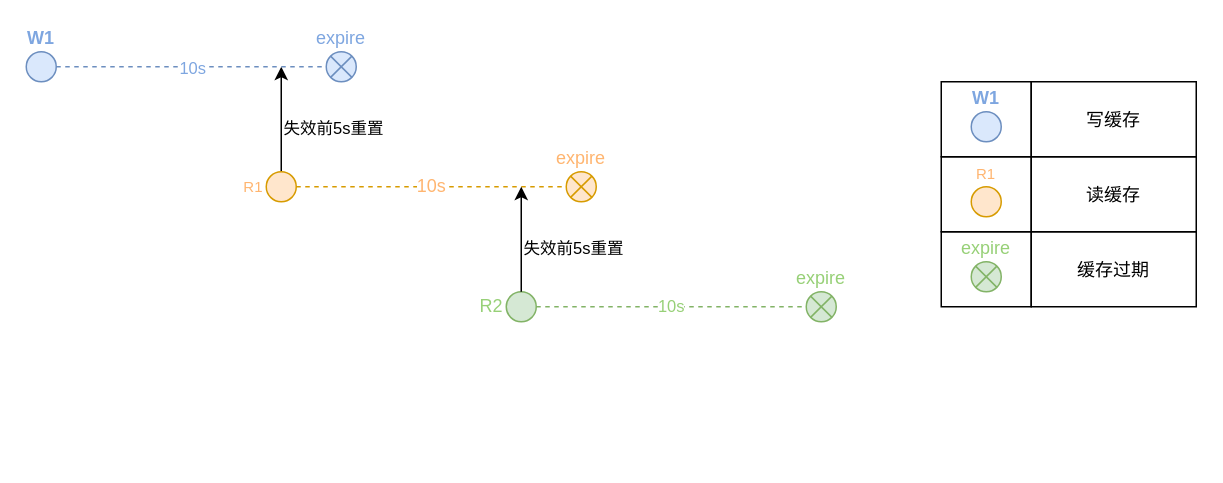
Above: 异步刷新重置机制.drawio in cdwxw/cdwxw (draw.io), before the change. Source tidied: cells renumbered, new cells numbered last; positions are measured from the earlier drawing's top-left corner, leaving out a move shared by most shapes. Both pictures are drawn from the tidied source at 150%, with x=0, y=0 at pixel (26, 51).
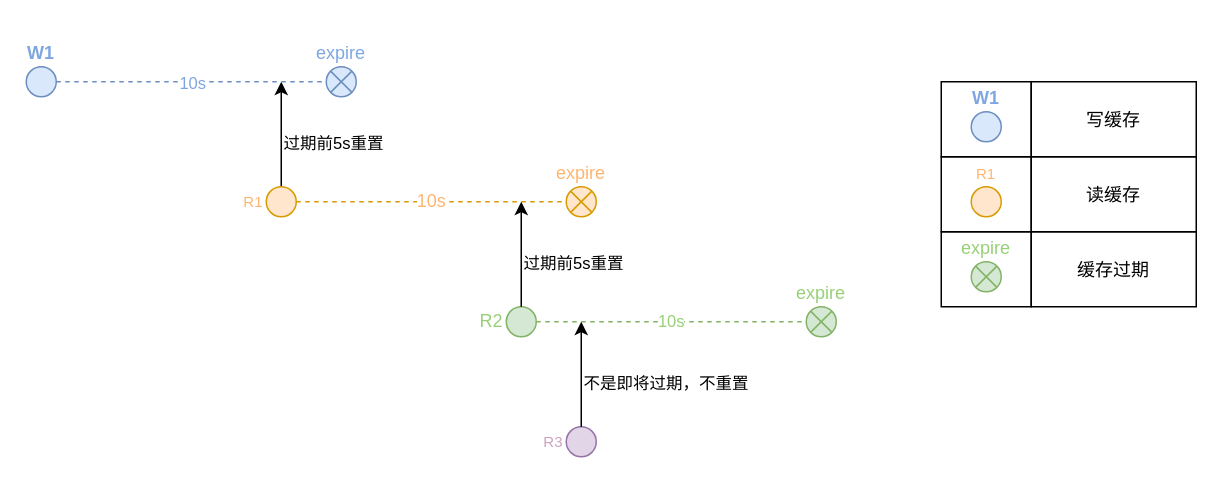
After the change.

Commit message:
Update 异步刷新重置机制.drawio

The edit, as a diff of the source:
```diff
@@
     <mxCell id="8" value="W1" style="ellipse;whiteSpace=wrap;html=1;fillColor=#dae8fc;strokeColor=#6c8ebf;fontStyle=1;labelPosition=center;verticalLabelPosition=top;align=center;verticalAlign=bottom;fontColor=#7EA6E0;" parent="1" vertex="1">
-      <mxGeometry width="20" height="20" as="geometry" />
+      <mxGeometry y="10" width="20" height="20" as="geometry" />
     </mxCell>
     <mxCell id="9" value="R2" style="ellipse;whiteSpace=wrap;html=1;fillColor=#d5e8d4;strokeColor=#82b366;labelPosition=left;verticalLabelPosition=middle;align=right;verticalAlign=middle;fontColor=#97D077;" parent="1" vertex="1">
-      <mxGeometry x="320" y="160" width="20" height="20" as="geometry" />
+      <mxGeometry x="320" y="170" width="20" height="20" as="geometry" />
     </mxCell>
     <mxCell id="10" style="edgeStyle=orthogonalEdgeStyle;rounded=0;jettySize=auto;html=1;" parent="1" edge="1" source="12">
       <mxGeometry relative="1" as="geometry">
-        <mxPoint x="170" y="10" as="targetPoint" />
+        <mxPoint x="170" y="20" as="targetPoint" />
       </mxGeometry>
     </mxCell>
-    <mxCell id="11" value="失效前5s重置" style="edgeLabel;html=1;align=left;verticalAlign=middle;labelPosition=right;verticalLabelPosition=middle;" parent="10" vertex="1">
+    <mxCell id="11" value="过期前5s重置" style="edgeLabel;html=1;align=left;verticalAlign=middle;labelPosition=right;verticalLabelPosition=middle;" parent="10" vertex="1">
       <mxGeometry x="-0.28" y="-1" relative="1" as="geometry">
         <mxPoint x="-1" y="-5" as="offset" />
       </mxGeometry>
     </mxCell>
     <mxCell id="12" value="R1" style="ellipse;whiteSpace=wrap;html=1;fontSize=10;labelPosition=left;verticalLabelPosition=middle;align=right;verticalAlign=middle;fillColor=#ffe6cc;strokeColor=#d79b00;fontColor=#FFB570;" parent="1" vertex="1">
-      <mxGeometry x="160" y="80" width="20" height="20" as="geometry" />
+      <mxGeometry x="160" y="90" width="20" height="20" as="geometry" />
     </mxCell>
     <mxCell id="13" value="expire" style="shape=sumEllipse;perimeter=ellipsePerimeter;whiteSpace=wrap;html=1;backgroundOutline=1;labelPosition=center;verticalLabelPosition=top;align=center;verticalAlign=bottom;fillColor=#dae8fc;strokeColor=#6c8ebf;fontColor=#7EA6E0;" parent="1" vertex="1">
-      <mxGeometry x="200" width="20" height="20" as="geometry" />
+      <mxGeometry x="200" y="10" width="20" height="20" as="geometry" />
     </mxCell>
@@
     <mxCell id="16" value="10s" style="edgeStyle=orthogonalEdgeStyle;rounded=1;jettySize=auto;html=1;dashed=1;endArrow=none;endFill=0;fillColor=#d5e8d4;strokeColor=#82b366;startArrow=none;exitX=1;exitY=0.5;exitDx=0;exitDy=0;fontColor=#97D077;" parent="1" edge="1" source="9" target="17">
       <mxGeometry relative="1" as="geometry">
         <Array as="points">
-          <mxPoint x="380" y="170" />
-          <mxPoint x="380" y="170" />
+          <mxPoint x="380" y="180" />
+          <mxPoint x="380" y="180" />
         </Array>
       </mxGeometry>
     </mxCell>
     <mxCell id="17" value="expire" style="shape=sumEllipse;perimeter=ellipsePerimeter;whiteSpace=wrap;html=1;backgroundOutline=1;labelPosition=center;verticalLabelPosition=top;align=center;verticalAlign=bottom;fillColor=#d5e8d4;strokeColor=#82b366;fontColor=#97D077;" parent="1" vertex="1">
-      <mxGeometry x="520" y="160" width="20" height="20" as="geometry" />
+      <mxGeometry x="520" y="170" width="20" height="20" as="geometry" />
     </mxCell>
@@
     <mxCell id="21" value="expire" style="shape=sumEllipse;perimeter=ellipsePerimeter;whiteSpace=wrap;html=1;backgroundOutline=1;labelPosition=center;verticalLabelPosition=top;align=center;verticalAlign=bottom;fillColor=#ffe6cc;strokeColor=#d79b00;fontColor=#FFB570;" parent="1" vertex="1">
-      <mxGeometry x="360" y="80" width="20" height="20" as="geometry" />
+      <mxGeometry x="360" y="90" width="20" height="20" as="geometry" />
     </mxCell>
@@
     <mxCell id="23" style="edgeStyle=orthogonalEdgeStyle;rounded=0;jettySize=auto;html=1;exitX=0.5;exitY=0;exitDx=0;exitDy=0;" parent="1" edge="1" source="9">
       <mxGeometry relative="1" as="geometry">
-        <mxPoint x="330" y="90" as="targetPoint" />
+        <mxPoint x="330" y="100" as="targetPoint" />
       </mxGeometry>
     </mxCell>
-    <mxCell id="24" value="失效前5s重置" style="edgeLabel;html=1;align=left;verticalAlign=middle;labelPosition=right;verticalLabelPosition=middle;" parent="23" vertex="1">
+    <mxCell id="24" value="过期前5s重置" style="edgeLabel;html=1;align=left;verticalAlign=middle;labelPosition=right;verticalLabelPosition=middle;" parent="23" vertex="1">
       <mxGeometry x="-0.28" y="-1" relative="1" as="geometry">
         <mxPoint x="-1" y="-5" as="offset" />
       </mxGeometry>
     </mxCell>
+    <mxCell id="25" value="R3" style="ellipse;whiteSpace=wrap;html=1;fontSize=10;fillColor=#e1d5e7;strokeColor=#9673a6;labelPosition=left;verticalLabelPosition=middle;align=right;verticalAlign=middle;fontColor=#CDA2BE;" parent="1" vertex="1">
+      <mxGeometry x="360" y="250" width="20" height="20" as="geometry" />
+    </mxCell>
+    <mxCell id="26" style="edgeStyle=orthogonalEdgeStyle;rounded=0;jettySize=auto;html=1;exitX=0.5;exitY=0;exitDx=0;exitDy=0;" parent="1" edge="1" source="25">
+      <mxGeometry relative="1" as="geometry">
+        <mxPoint x="370" y="180" as="targetPoint" />
+      </mxGeometry>
+    </mxCell>
+    <mxCell id="27" value="不是即将过期，不重置" style="edgeLabel;html=1;align=left;verticalAlign=middle;labelPosition=right;verticalLabelPosition=middle;" parent="26" vertex="1">
+      <mxGeometry x="-0.28" y="-1" relative="1" as="geometry">
+        <mxPoint x="-1" y="-5" as="offset" />
+      </mxGeometry>
+    </mxCell>
```
